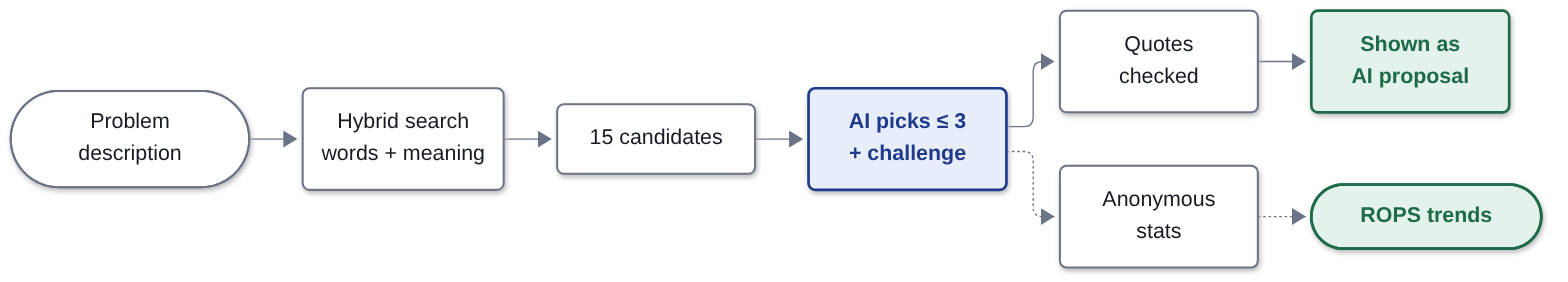
Above: pitch/diagramy/ai-2-matchmaking.png in DEFALT314/feniks (Mermaid), before the change. Its source is kept beside it as pitch/diagramy/ai-2-matchmaking.mmd. The source it was exported from:
```mermaid
%%{init: {"theme":"base","themeVariables":{"background":"#FFFFFF","primaryColor":"#FFFFFF","primaryBorderColor":"#1F3A8A","primaryTextColor":"#151A23","lineColor":"#6B7487","fontFamily":"Inter, Arial, Liberation Sans, Noto Sans, sans-serif","fontSize":"16px"},"flowchart":{"curve":"basis","nodeSpacing":40,"rankSpacing":50,"padding":14,"wrappingWidth":260}}}%%
flowchart LR
    D(["Problem<br/>description"]):::data --> S("Hybrid search<br/>words + meaning"):::data
    S --> C("15 candidates"):::data
    C --> A("AI picks ≤ 3<br/>+ challenge"):::ai
    A --> Q("Quotes<br/>checked"):::data
    Q --> H("Shown as<br/>AI proposal"):::human
    A -.-> T("Anonymous<br/>stats"):::data
    T -.-> R(["ROPS trends"]):::human
    classDef ai fill:#E8EDFA,stroke:#1F3A8A,stroke-width:2px,color:#1F3A8A,font-weight:bold
    classDef data fill:#FFFFFF,stroke:#6B7487,stroke-width:1.5px,color:#151A23
    classDef human fill:#E3F2EA,stroke:#1D6B48,stroke-width:2px,color:#1D6B48,font-weight:bold
```
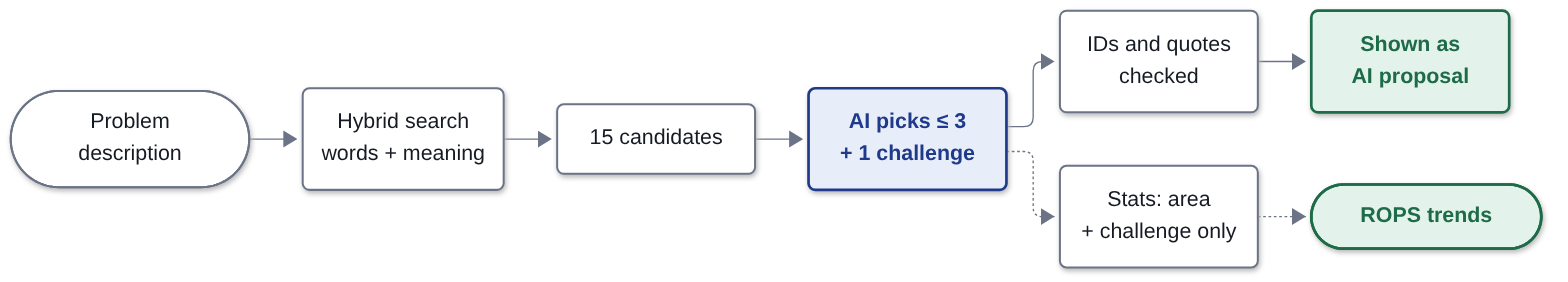
After the commit.

The edit, as a diff of the source:
```diff
@@ -2,10 +2,10 @@
 flowchart LR
     D(["Problem<br/>description"]):::data --> S("Hybrid search<br/>words + meaning"):::data
     S --> C("15 candidates"):::data
-    C --> A("AI picks ≤ 3<br/>+ challenge"):::ai
-    A --> Q("Quotes<br/>checked"):::data
+    C --> A("AI picks ≤ 3<br/>+ 1 challenge"):::ai
+    A --> Q("IDs and quotes<br/>checked"):::data
     Q --> H("Shown as<br/>AI proposal"):::human
-    A -.-> T("Anonymous<br/>stats"):::data
+    A -.-> T("Stats: area<br/>+ challenge only"):::data
     T -.-> R(["ROPS trends"]):::human
     classDef ai fill:#E8EDFA,stroke:#1F3A8A,stroke-width:2px,color:#1F3A8A,font-weight:bold
     classDef data fill:#FFFFFF,stroke:#6B7487,stroke-width:1.5px,color:#151A23
```
